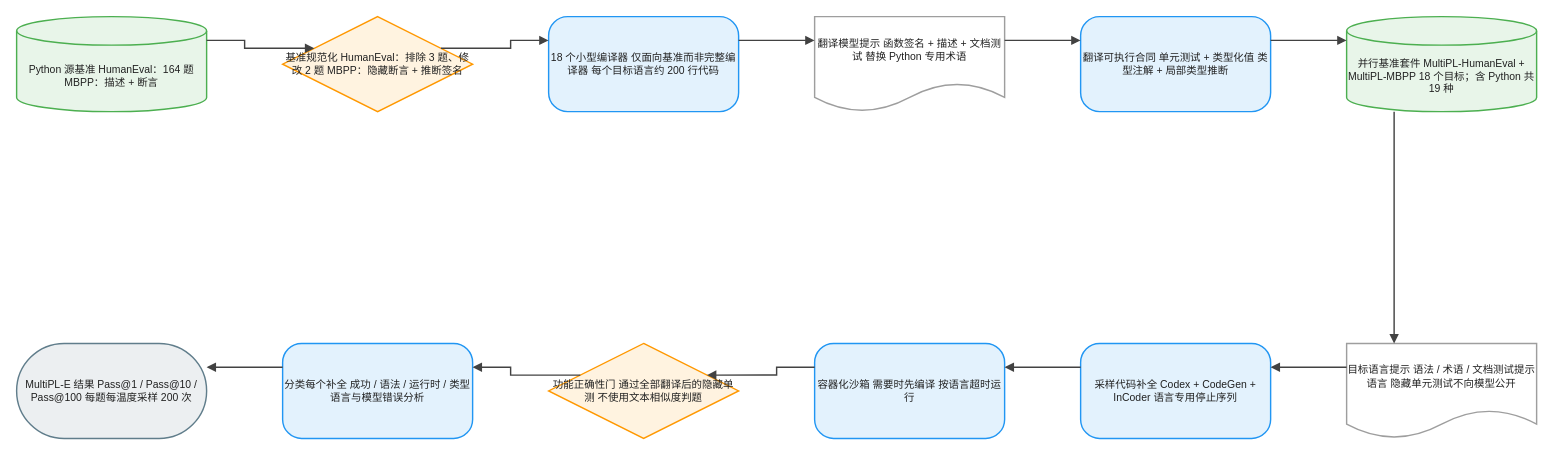
Before: client/public/drawio/MultiPL-E/MultiPL-E.zh.drawio in joe1chief/benchmark-hub, a draw.io diagram. Source tidied: cells renumbered, new cells numbered last; positions are measured from the earlier drawing's top-left corner, leaving out a move shared by most shapes. Both pictures are drawn from the tidied source at 95%, with x=0, y=0 at pixel (16, 16).
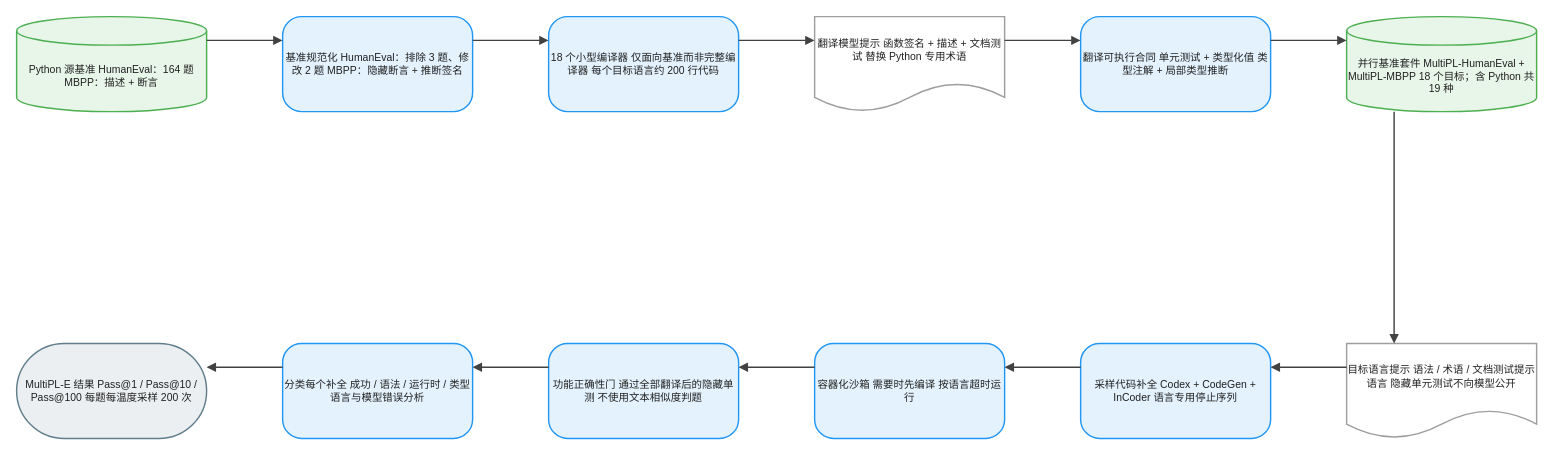
The same page after the edit.

Change to the diagram source:
```diff
@@
-    <mxCell id="3" value="基准规范化 HumanEval：排除 3 题、修改 2 题 MBPP：隐藏断言 + 推断签名" style="rhombus;html=1;whiteSpace=wrap;fillColor=#FFF3E0;strokeColor=#FF9800;strokeWidth=1.5;fontColor=#212121;fontSize=11;fontFamily=Arial, Helvetica, sans-serif;verticalAlign=middle;align=center;" parent="1" vertex="1">
+    <mxCell id="3" value="基准规范化 HumanEval：排除 3 题、修改 2 题 MBPP：隐藏断言 + 推断签名" style="rounded=1;arcSize=20;html=1;whiteSpace=wrap;fillColor=#E3F2FD;strokeColor=#2196F3;strokeWidth=1.5;fontColor=#212121;fontSize=11;fontFamily=Arial, Helvetica, sans-serif;verticalAlign=middle;align=center;" parent="1" vertex="1">
       <mxGeometry x="280" width="200" height="100" as="geometry" />
     </mxCell>
@@
-    <mxCell id="11" value="功能正确性门 通过全部翻译后的隐藏单测 不使用文本相似度判题" style="rhombus;html=1;whiteSpace=wrap;fillColor=#FFF3E0;strokeColor=#FF9800;strokeWidth=1.5;fontColor=#212121;fontSize=11;fontFamily=Arial, Helvetica, sans-serif;verticalAlign=middle;align=center;" parent="1" vertex="1">
+    <mxCell id="11" value="功能正确性门 通过全部翻译后的隐藏单测 不使用文本相似度判题" style="rounded=1;arcSize=20;html=1;whiteSpace=wrap;fillColor=#E3F2FD;strokeColor=#2196F3;strokeWidth=1.5;fontColor=#212121;fontSize=11;fontFamily=Arial, Helvetica, sans-serif;verticalAlign=middle;align=center;" parent="1" vertex="1">
       <mxGeometry x="560" y="344" width="200" height="100" as="geometry" />
     </mxCell>
```
